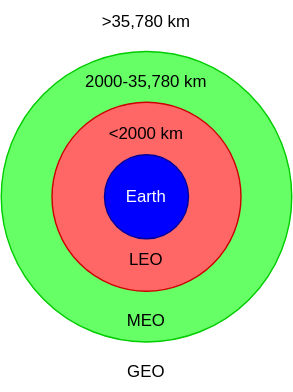
Before: Figures/introduction/orbits.svg, a diagram exported from draw.io (Mikkelnn/ESD6-Project). Source tidied: cells renumbered, new cells last; positions are measured from the earlier drawing's top-left corner, leaving out a move shared by most shapes. Its diagram source:
```xml
<mxGraphModel>
  <root>
    <mxCell id="0" />
    <mxCell id="1" parent="0" />
    <mxCell id="2" style="ellipse;whiteSpace=wrap;html=1;fillColor=#66FF66;strokeColor=#00CC00;" parent="1" vertex="1">
      <mxGeometry x="0.2" y="36.2" width="207.5" height="207.5" as="geometry" />
    </mxCell>
    <mxCell id="3" style="ellipse;whiteSpace=wrap;html=1;strokeColor=#CC0000;fillColor=#FF6666;" parent="1" vertex="1">
      <mxGeometry x="36.5" y="72.5" width="135" height="135" as="geometry" />
    </mxCell>
    <mxCell id="4" style="ellipse;whiteSpace=wrap;html=1;fillColor=#0000FF;strokeColor=#000099;" parent="1" vertex="1">
      <mxGeometry x="74" y="110" width="60" height="60" as="geometry" />
    </mxCell>
    <mxCell id="5" value="Earth" style="text;html=1;align=center;verticalAlign=middle;whiteSpace=wrap;rounded=0;fontColor=#FFFFFF;" parent="1" vertex="1">
      <mxGeometry x="74" y="125" width="60" height="30" as="geometry" />
    </mxCell>
    <mxCell id="6" value="LEO" style="text;html=1;align=center;verticalAlign=middle;whiteSpace=wrap;rounded=0;" parent="1" vertex="1">
      <mxGeometry x="74" y="170" width="60" height="30" as="geometry" />
    </mxCell>
    <mxCell id="7" value="&amp;lt;2000 km" style="text;html=1;align=center;verticalAlign=middle;whiteSpace=wrap;rounded=0;" parent="1" vertex="1">
      <mxGeometry x="74" y="80" width="60" height="30" as="geometry" />
    </mxCell>
    <mxCell id="8" value="MEO" style="text;html=1;align=center;verticalAlign=middle;whiteSpace=wrap;rounded=0;" parent="1" vertex="1">
      <mxGeometry x="74" y="214" width="60" height="30" as="geometry" />
    </mxCell>
    <mxCell id="9" value="2000-35,780 km" style="text;html=1;align=center;verticalAlign=middle;whiteSpace=wrap;rounded=0;" parent="1" vertex="1">
      <mxGeometry x="59" y="42.5" width="90" height="30" as="geometry" />
    </mxCell>
    <mxCell id="10" value="GEO" style="text;html=1;align=center;verticalAlign=middle;whiteSpace=wrap;rounded=0;" parent="1" vertex="1">
      <mxGeometry x="74" y="250" width="60" height="30" as="geometry" />
    </mxCell>
    <mxCell id="11" value="&amp;gt;35,780 km" style="text;html=1;align=center;verticalAlign=middle;whiteSpace=wrap;rounded=0;" parent="1" vertex="1">
      <mxGeometry x="69" width="70" height="30" as="geometry" />
    </mxCell>
  </root>
</mxGraphModel>
```
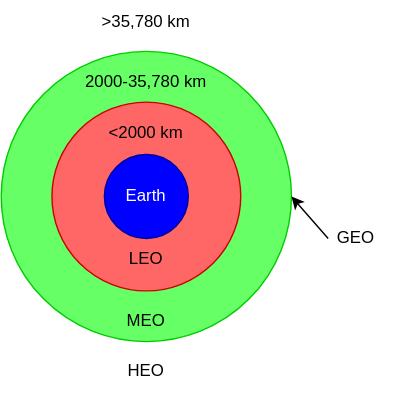
The same diagram one commit later.

Change to the diagram source:
```diff
@@ -26,11 +26,19 @@
     <mxCell id="9" value="2000-35,780 km" style="text;html=1;align=center;verticalAlign=middle;whiteSpace=wrap;rounded=0;" parent="1" vertex="1">
       <mxGeometry x="59" y="42.5" width="90" height="30" as="geometry" />
     </mxCell>
-    <mxCell id="10" value="GEO" style="text;html=1;align=center;verticalAlign=middle;whiteSpace=wrap;rounded=0;" parent="1" vertex="1">
+    <mxCell id="10" value="HEO" style="text;html=1;align=center;verticalAlign=middle;whiteSpace=wrap;rounded=0;" parent="1" vertex="1">
       <mxGeometry x="74" y="250" width="60" height="30" as="geometry" />
     </mxCell>
     <mxCell id="11" value="&amp;gt;35,780 km" style="text;html=1;align=center;verticalAlign=middle;whiteSpace=wrap;rounded=0;" parent="1" vertex="1">
       <mxGeometry x="69" width="70" height="30" as="geometry" />
     </mxCell>
+    <mxCell id="12" value="GEO" style="text;html=1;align=center;verticalAlign=middle;whiteSpace=wrap;rounded=0;" parent="1" vertex="1">
+      <mxGeometry x="224" y="155" width="60" height="30" as="geometry" />
+    </mxCell>
+    <mxCell id="13" style="endArrow=classic;html=1;rounded=0;entryX=1;entryY=0.5;entryDx=0;entryDy=0;" parent="1" edge="1" target="2">
+      <mxGeometry relative="1" as="geometry">
+        <mxPoint x="234" y="170" as="sourcePoint" />
+      </mxGeometry>
+    </mxCell>
   </root>
 </mxGraphModel>
```
